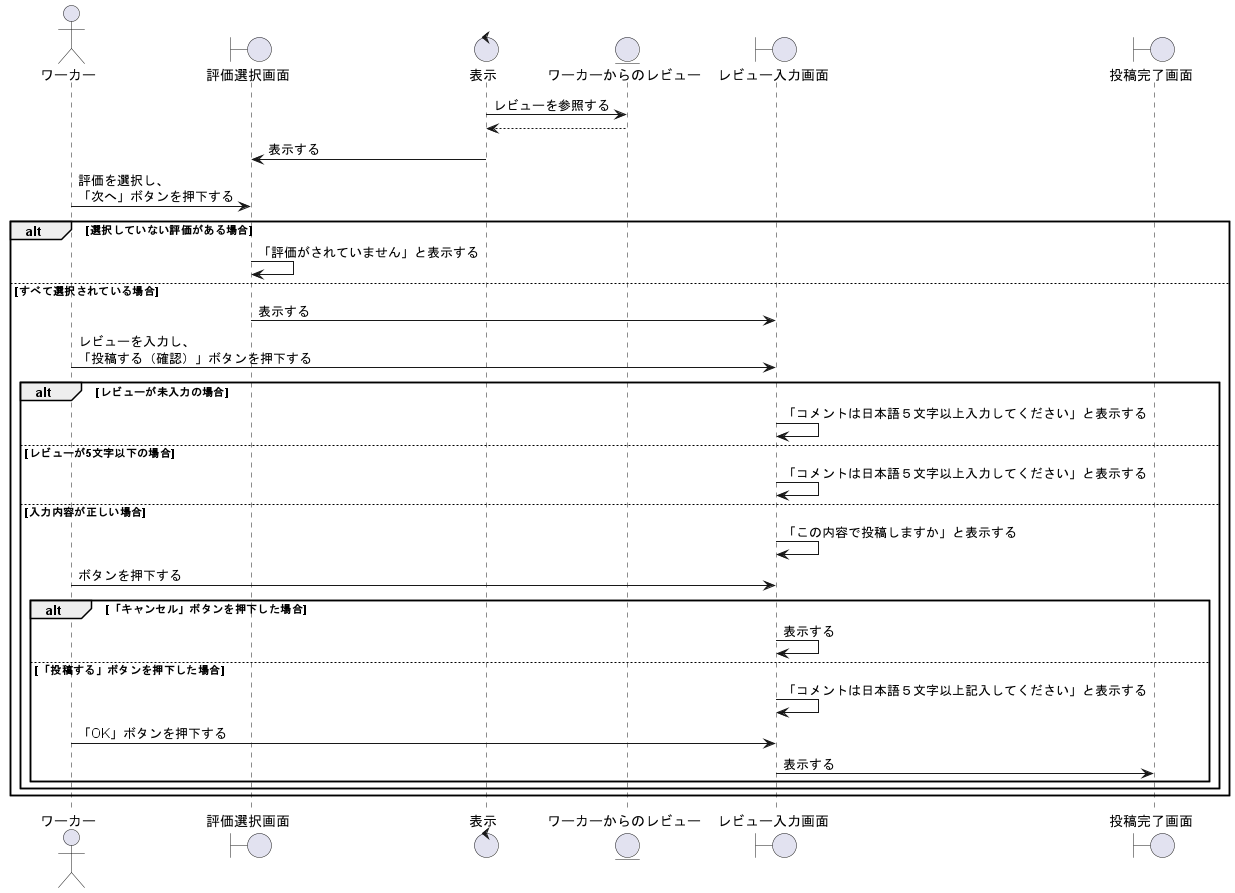
The PlantUML diagram out/sequence_fig/4_business_fn/3_働いた店舗のレビューをする/レビューを投稿する.png in irukacb256/high_Me, before a commit.
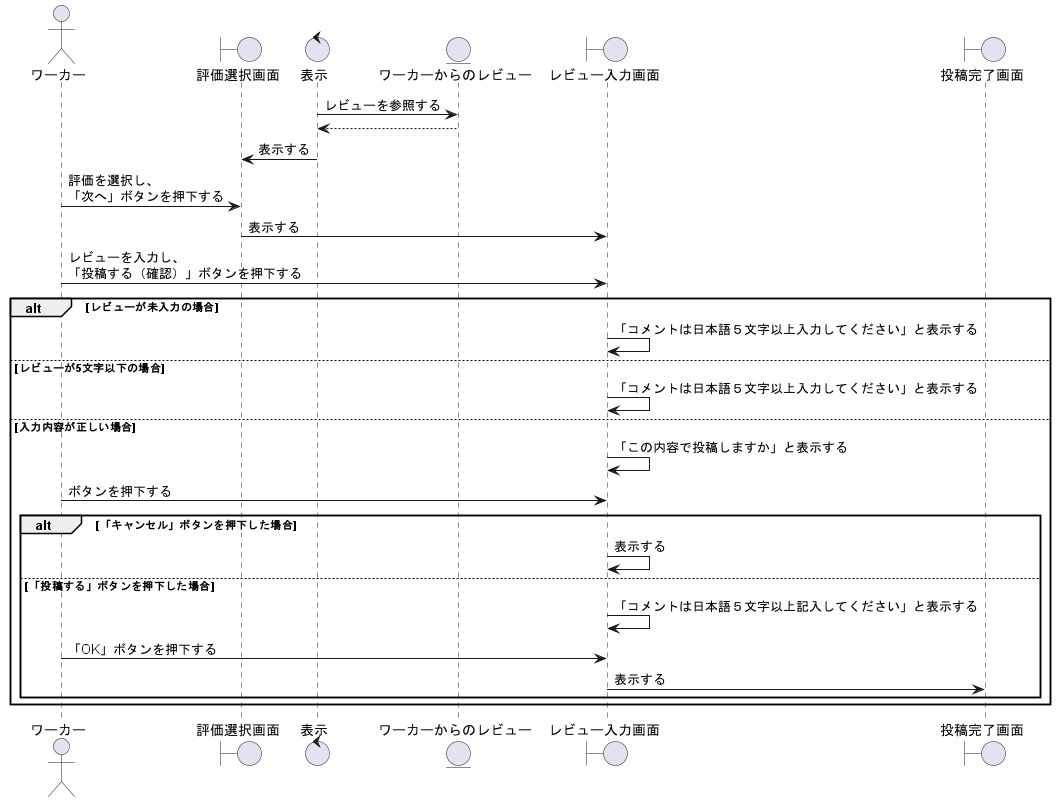
Later version of the same file.

Diff of the diagram source:
```diff
@@ -13,9 +13,7 @@
 co1 -> rsc1 : 表示する
 
 wo1 -> rsc1 :評価を選択し、\n「次へ」ボタンを押下する
-alt 選択していない評価がある場合
-    rsc1->rsc1:「評価がされていません」と表示する
-else すべて選択されている場合
+
     rsc1 -> ric1:表示する
     wo1 -> ric1:レビューを入力し、\n「投稿する（確認）」ボタンを押下する
 
@@ -34,7 +32,6 @@
             ric1 -> rcc1 : 表示する
         end
     end
-end
 
 
 
```
